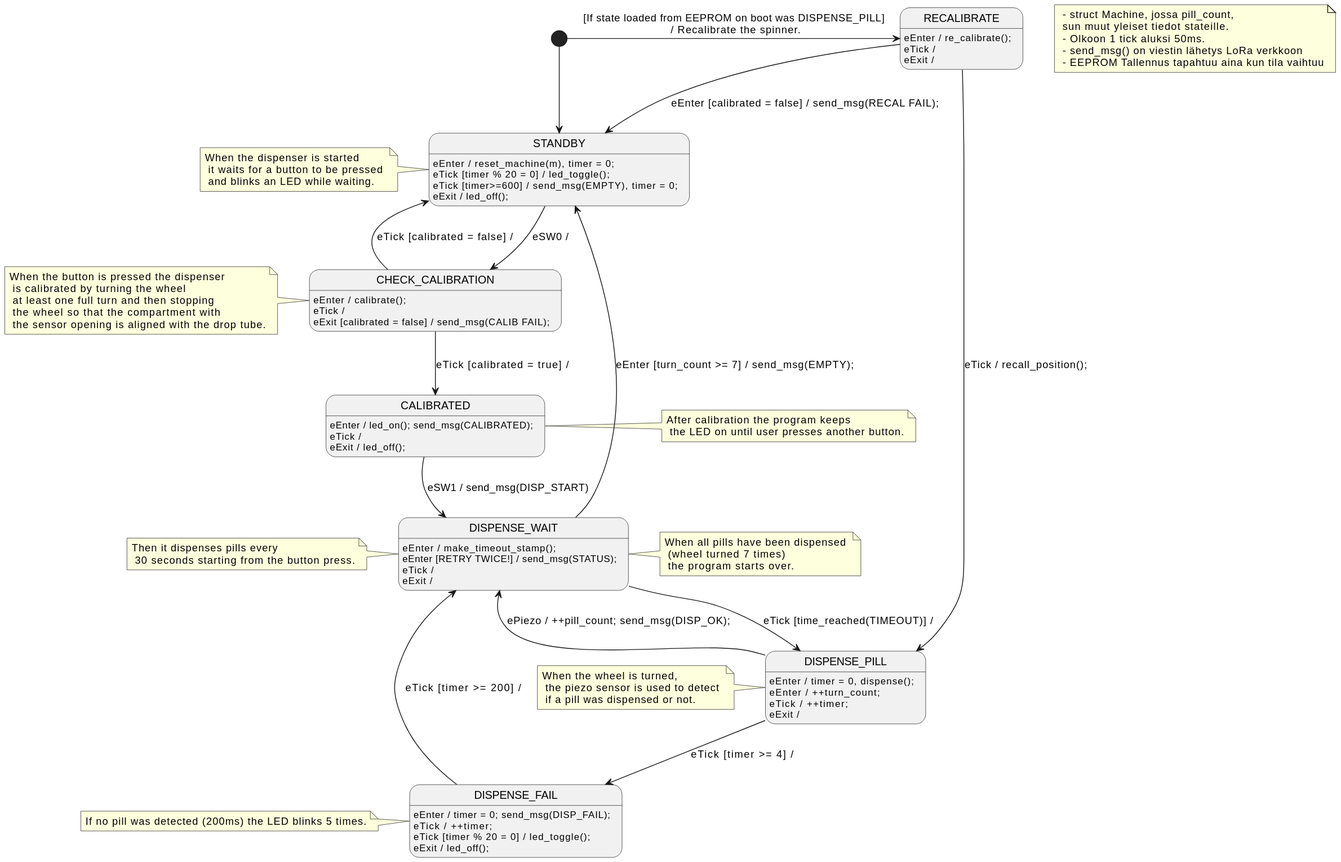
Before: out/minimum_state_diagram/Minimum State Machine.svg, a diagram exported from PlantUML (aleksanteril/LAAKKEET).
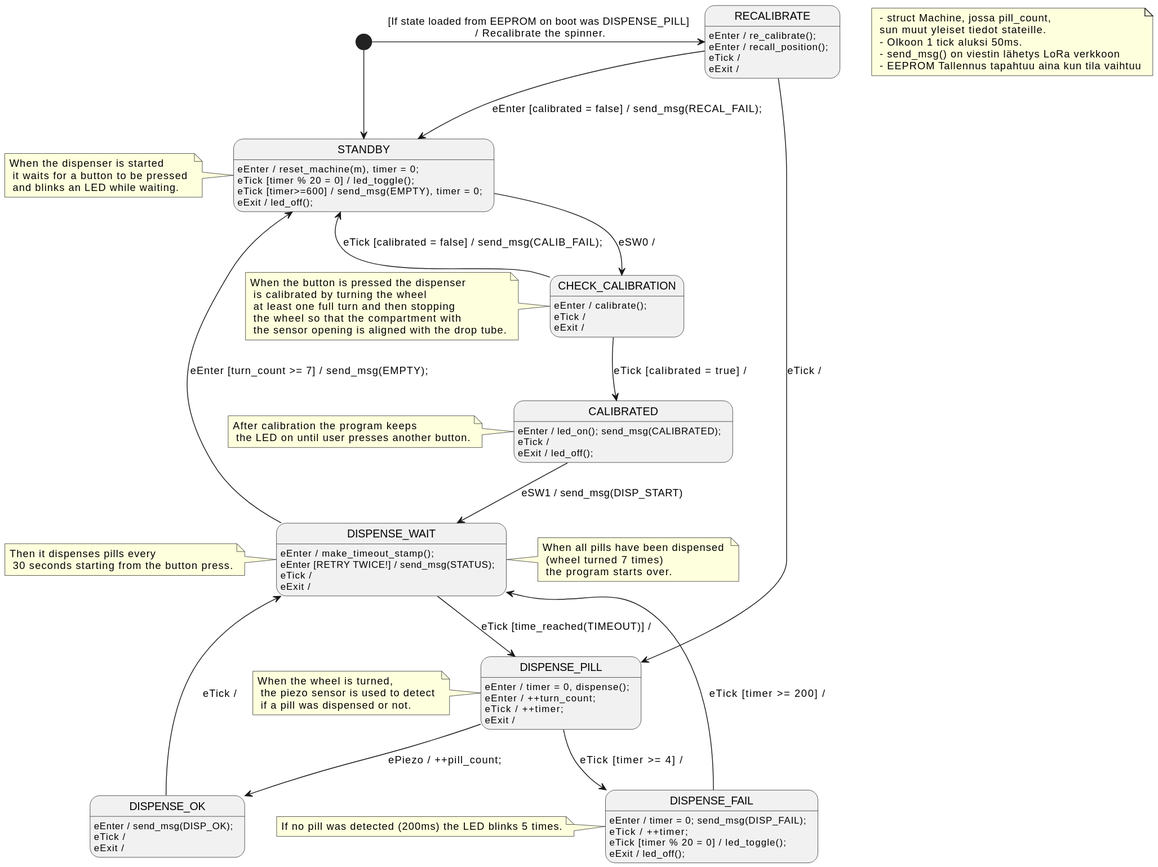
Later version of the same file.

Commit message:
updated the state diagram

What changed in the source:
```diff
@@ -8,10 +8,11 @@
 
 [*] -> RECALIBRATE : [If state loaded from EEPROM on boot was DISPENSE_PILL]\n / Recalibrate the spinner.
 RECALIBRATE : eEnter / re_calibrate();
+RECALIBRATE : eEnter / recall_position();
 RECALIBRATE : eTick /
 RECALIBRATE : eExit /
-RECALIBRATE --> STANDBY : eEnter [calibrated = false] / send_msg(RECAL FAIL);
-RECALIBRATE --> DISPENSE_PILL : eTick / recall_position();
+RECALIBRATE --> STANDBY : eEnter [calibrated = false] / send_msg(RECAL_FAIL);
+RECALIBRATE --> DISPENSE_PILL : eTick /
 
 
 note " - struct Machine, jossa pill_count, \n sun muut yleiset tiedot stateille. \n - Olkoon 1 tick aluksi 50ms.\n - send_msg() on viestin lähetys LoRa verkkoon\n - EEPROM Tallennus tapahtuu aina kun tila vaihtuu" as N1
@@ -19,8 +20,8 @@
 
 CHECK_CALIBRATION : eEnter / calibrate();
 CHECK_CALIBRATION : eTick /
-CHECK_CALIBRATION : eExit [calibrated = false] / send_msg(CALIB FAIL);
-CHECK_CALIBRATION --> STANDBY : eTick [calibrated = false] /
+CHECK_CALIBRATION : eExit /
+CHECK_CALIBRATION --> STANDBY : eTick [calibrated = false] / send_msg(CALIB_FAIL);
 CHECK_CALIBRATION --> CALIBRATED : eTick [calibrated = true] /
 
 note left of CHECK_CALIBRATION : When the button is pressed the dispenser \n is calibrated by turning the wheel \n at least one full turn and then stopping \n the wheel so that the compartment with \n the sensor opening is aligned with the drop tube.
@@ -46,8 +47,13 @@
 DISPENSE_PILL : eEnter / ++turn_count;
 DISPENSE_PILL : eTick / ++timer;
 DISPENSE_PILL : eExit /
-DISPENSE_PILL --> DISPENSE_WAIT : ePiezo / ++pill_count; send_msg(DISP_OK);
+DISPENSE_PILL --> DISPENSE_OK : ePiezo / ++pill_count;
 DISPENSE_PILL --> DISPENSE_FAIL : eTick [timer >= 4] /
+
+DISPENSE_OK : eEnter / send_msg(DISP_OK);
+DISPENSE_OK : eTick /
+DISPENSE_OK : eExit /
+DISPENSE_OK --> DISPENSE_WAIT : eTick /
 
 note left of DISPENSE_PILL : When the wheel is turned, \n the piezo sensor is used to detect \n if a pill was dispensed or not.
 
```
